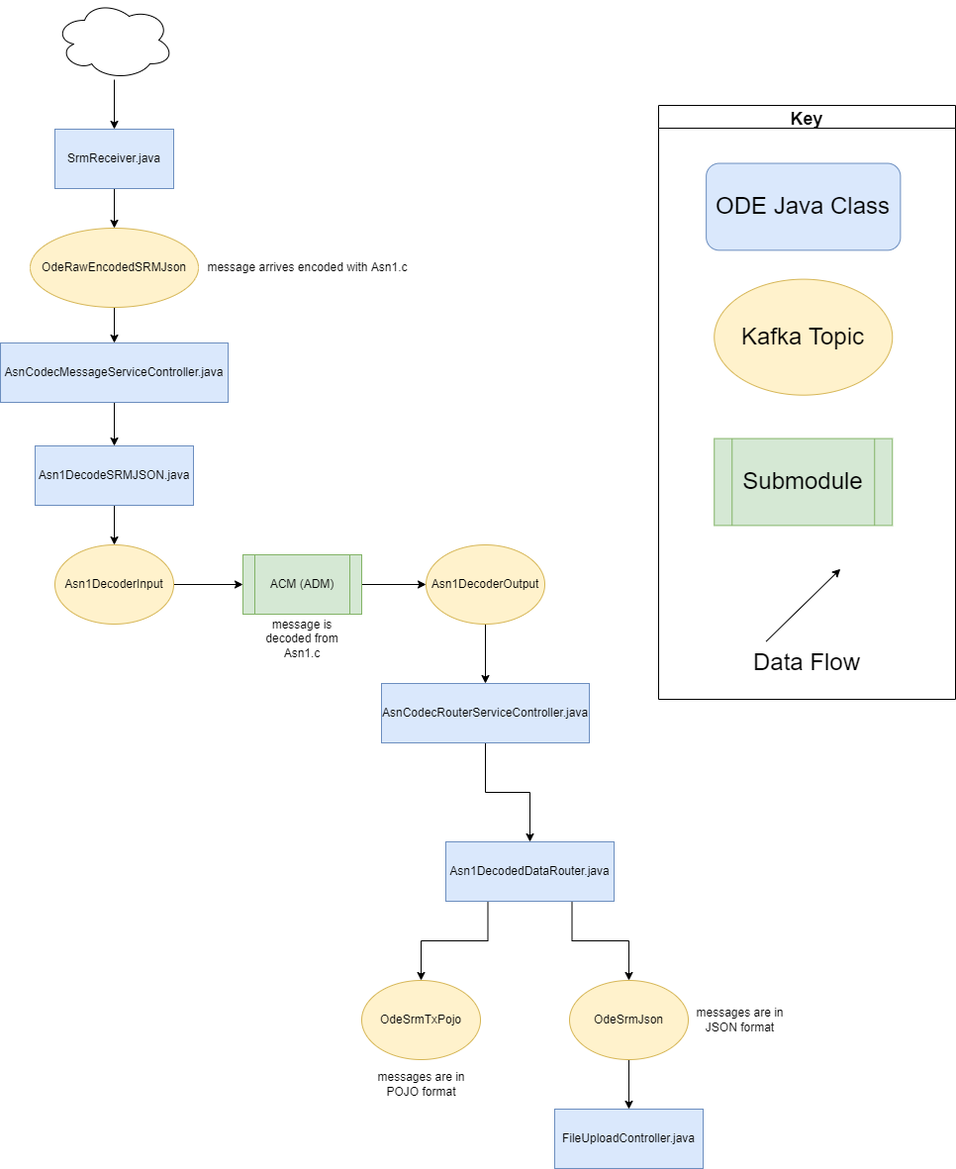
usdot-jpo-ode/jpo-ode keeps this draw.io diagram as docs/data-flow-diagrams/srm/SRM Data Flow.drawio.png. Above is the earlier version. Source tidied: cells renumbered, new cells last; positions are measured from the earlier drawing's top-left corner, leaving out a move shared by most shapes.
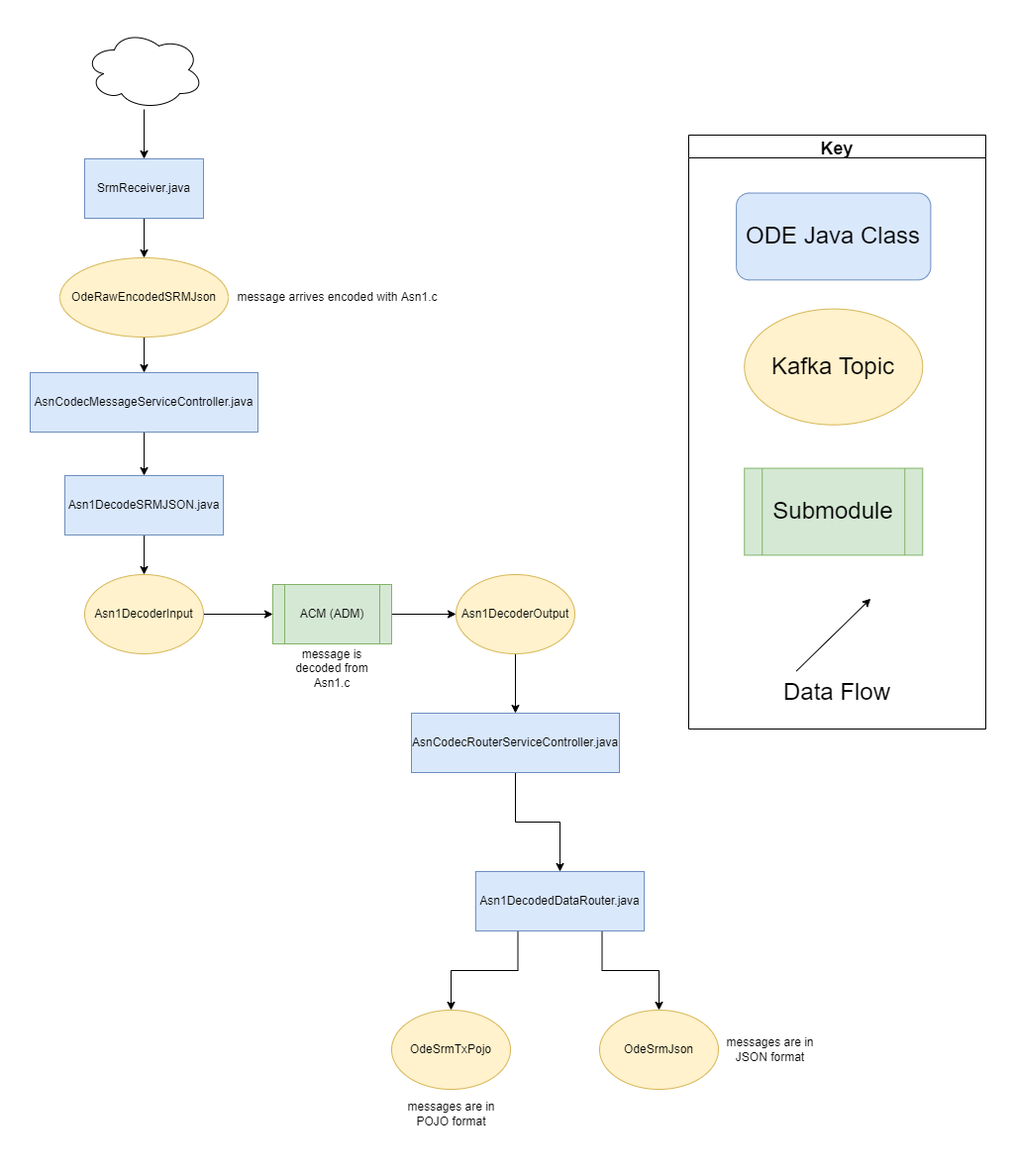
After the commit.

The edit, as a diff of the source:
```diff
@@ -89,15 +89,9 @@
     <mxCell id="29" value="&lt;font style=&quot;font-size: 24px&quot;&gt;ODE Java Class&lt;/font&gt;" style="rounded=1;whiteSpace=wrap;html=1;fillColor=#dae8fc;strokeColor=#6c8ebf;labelBackgroundColor=none;" parent="25" vertex="1">
       <mxGeometry x="48.1" y="58.5" width="196.2" height="87.8" as="geometry" />
     </mxCell>
-    <mxCell id="30" value="FileUploadController.java" style="whiteSpace=wrap;html=1;fillColor=#dae8fc;strokeColor=#6c8ebf;" parent="1" vertex="1">
-      <mxGeometry x="560" y="1120" width="150" height="60" as="geometry" />
-    </mxCell>
     <mxCell id="31" value="OdeSrmTxPojo" style="ellipse;whiteSpace=wrap;html=1;fillColor=#fff2cc;strokeColor=#d6b656;" parent="1" vertex="1">
       <mxGeometry x="365" y="990" width="120" height="80" as="geometry" />
     </mxCell>
-    <mxCell id="32" style="edgeStyle=orthogonalEdgeStyle;rounded=0;jettySize=auto;html=1;" parent="1" edge="1" source="33" target="30">
-      <mxGeometry relative="1" as="geometry" />
-    </mxCell>
     <mxCell id="33" value="OdeSrmJson" style="ellipse;whiteSpace=wrap;html=1;fillColor=#fff2cc;strokeColor=#d6b656;" parent="1" vertex="1">
       <mxGeometry x="575" y="990" width="120" height="80" as="geometry" />
     </mxCell>
```
